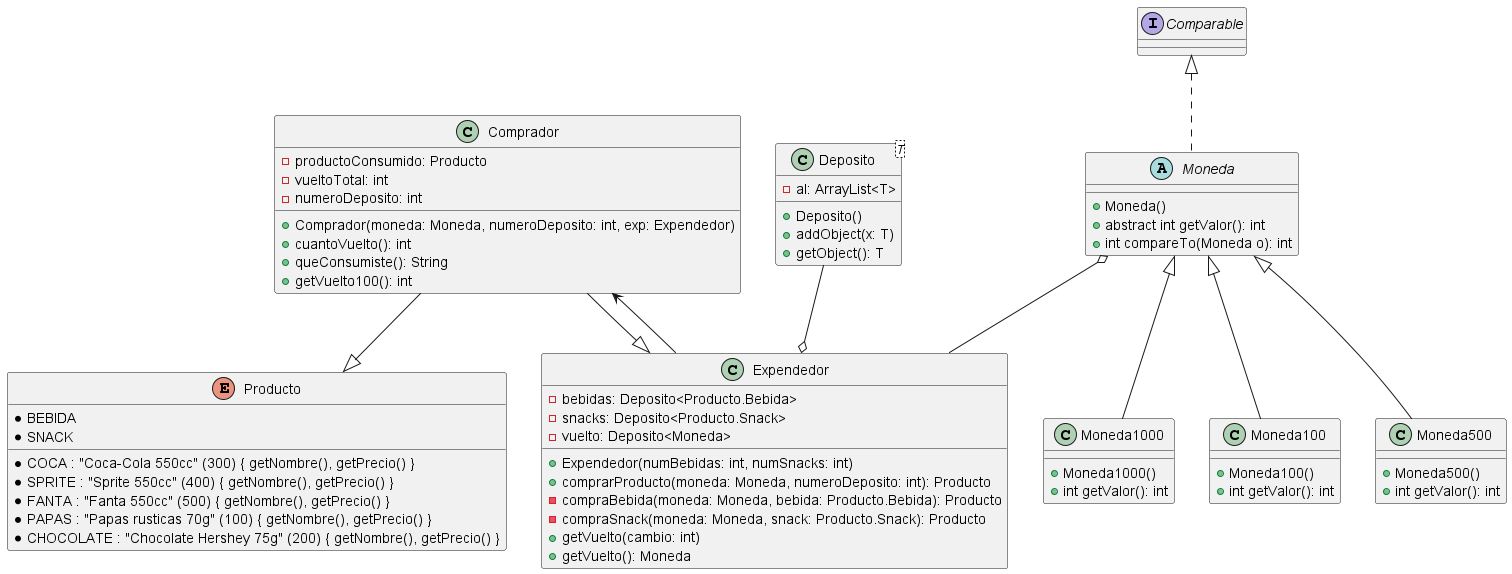
Above: Diagrama.png in JorshSlimming/Expendedor (PlantUML), before the change.
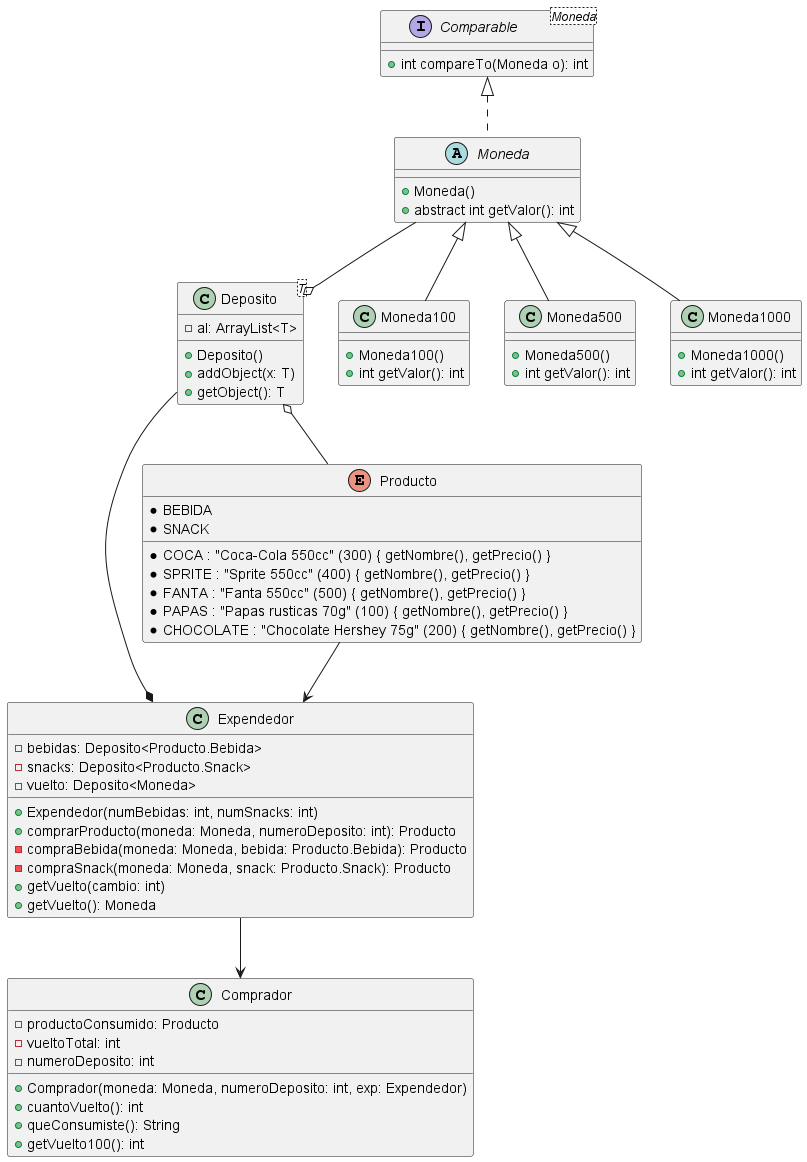
Above is the later version.

The edit, as a diff of the source:
```diff
@@ -47,6 +47,11 @@
 
     + Moneda()
     + abstract int getValor(): int
+
+}
+
+interface Comparable<Moneda>{
+
     + int compareTo(Moneda o): int
 }
 
@@ -68,10 +73,10 @@
     + int getValor(): int
 }
 
-Comprador --|> Expendedor
 Expendedor --> Comprador
-Comprador --|> Producto
-Moneda o-- Expendedor
-Deposito --o Expendedor
+Deposito o-- Producto
+Moneda --o Deposito
+Deposito --* Expendedor
+Producto --> Expendedor
 
 @enduml
```
